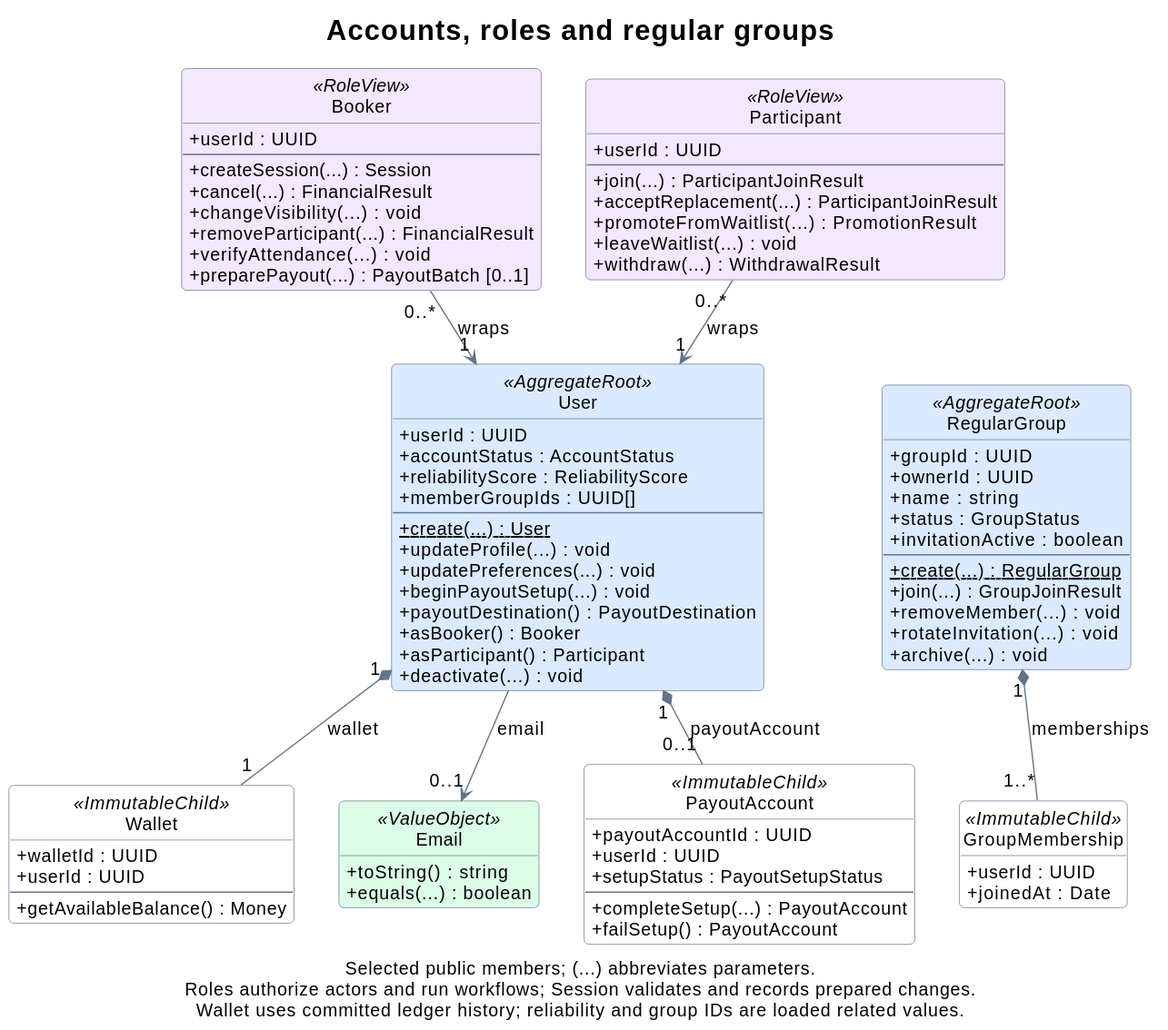
Above: docs/assets/domain-accounts.svg in rbrishi15/booking-web-manager (PlantUML), before the change.
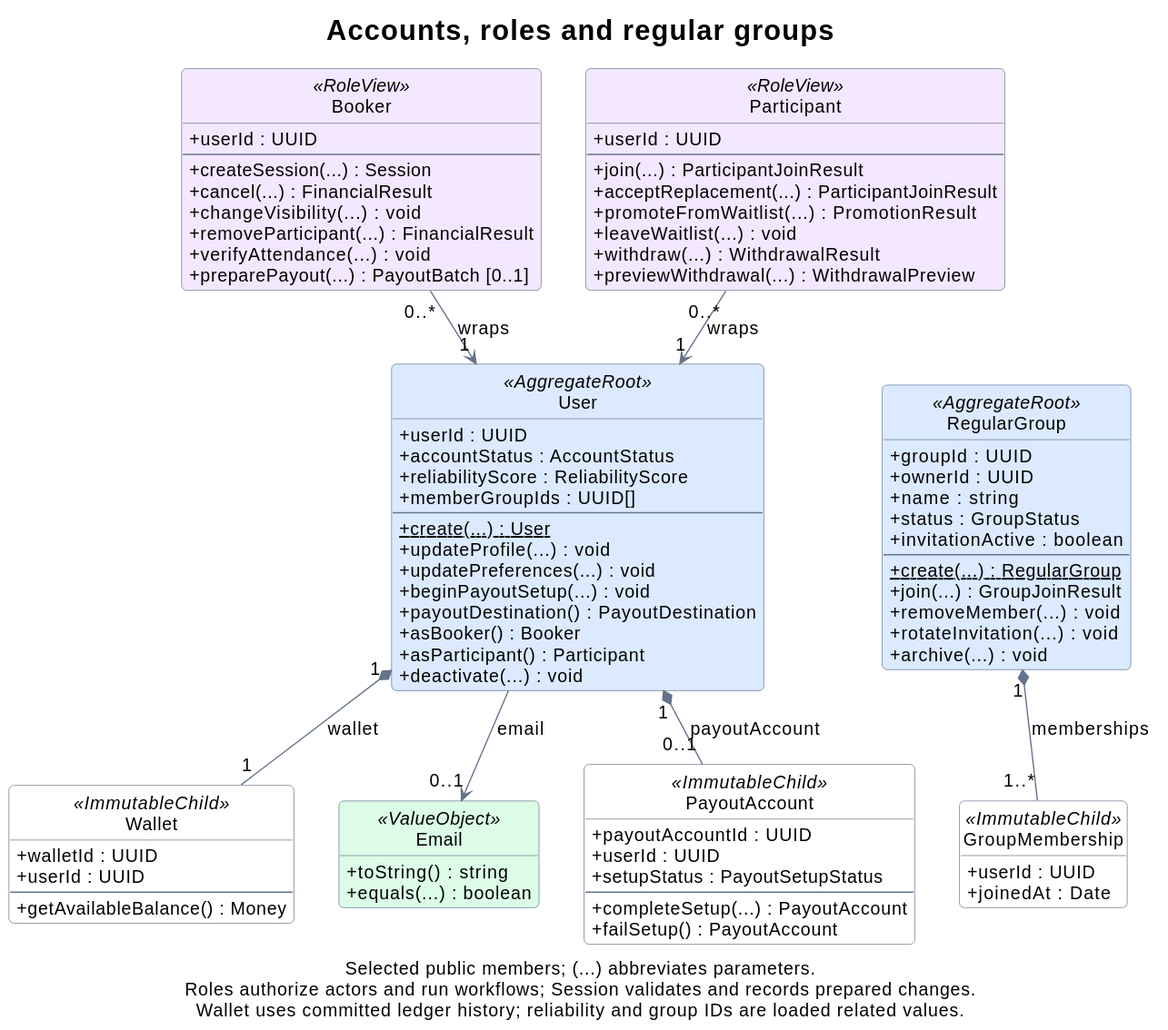
The same file after the commit.

Commit message:
feat(domain): add read-only Participant.previewWithdrawal (UC2-05)

The edit, as a diff of the source:
```diff
@@ -40,6 +40,7 @@
   +promoteFromWaitlist(...) : PromotionResult
   +leaveWaitlist(...) : void
   +withdraw(...) : WithdrawalResult
+  +previewWithdrawal(...) : WithdrawalPreview
 }
 
 class User <<AggregateRoot>> {
```
